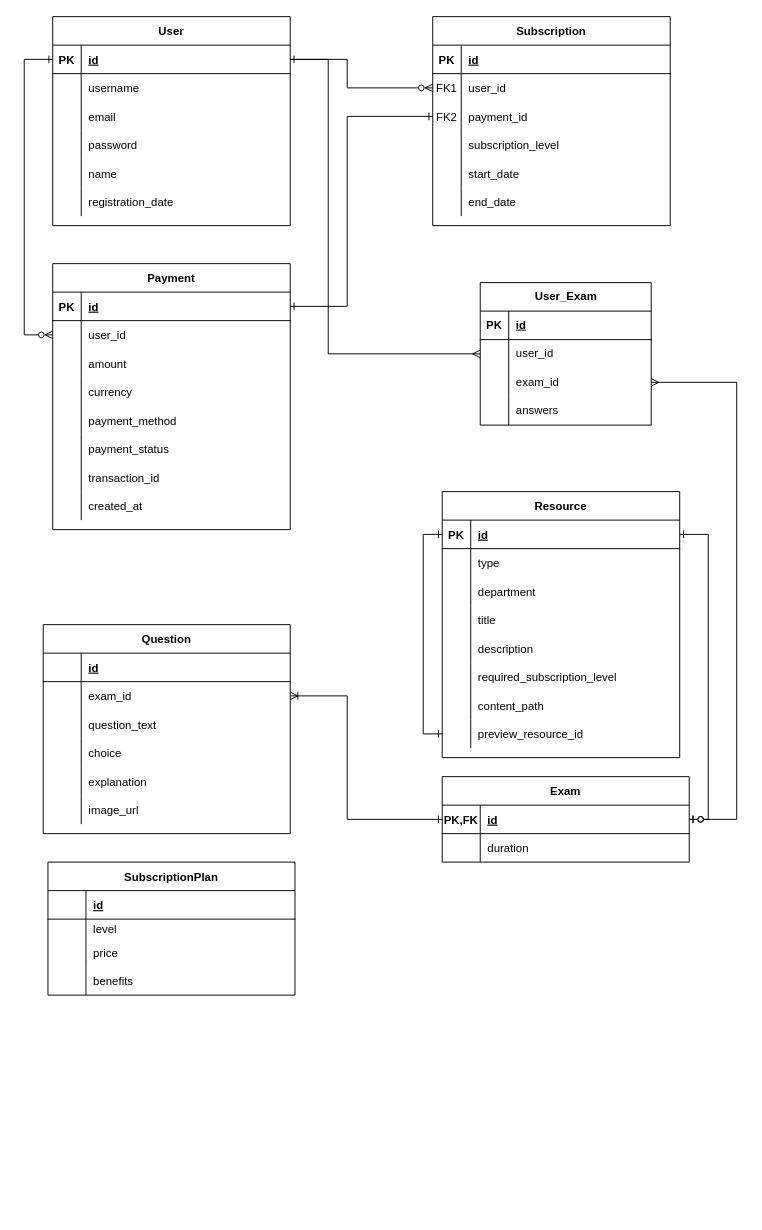
This is er_diagram.drawio from Habtamu-Dires/neus, a draw.io file, before an edit. Source tidied: cells renumbered, new cells numbered last; positions are measured from the earlier drawing's top-left corner, leaving out a move shared by most shapes. Both pictures are drawn from the tidied source at 95%, with x=0, y=0 at pixel (24, 16).
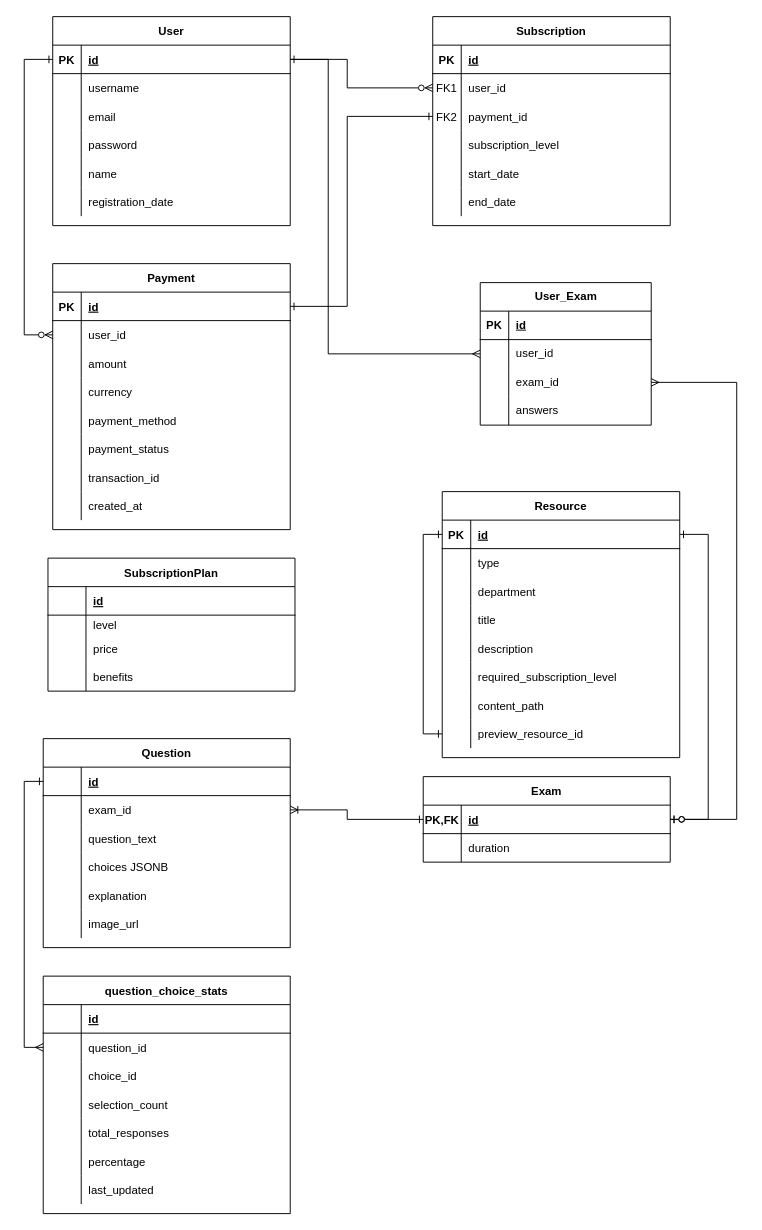
After the change.

Unchanged cells that the change refers to:
```xml
<mxCell id="23" style="shape=partialRectangle;fillColor=none;points=[[0,0.5],[1,0.5]];portConstraint=eastwest;top=0;left=0;right=0;bottom=1;" parent="22" vertex="1">
  <mxGeometry y="30" width="260" height="30" as="geometry" />
</mxCell>
<mxCell id="103" style="shape=partialRectangle;fillColor=none;points=[[0,0.5],[1,0.5]];portConstraint=eastwest;top=0;left=0;right=0;bottom=1;" parent="102" vertex="1">
  <mxGeometry y="30" width="260" height="30" as="geometry" />
</mxCell>
<mxCell id="106" style="shape=partialRectangle;fillColor=none;points=[[0,0.5],[1,0.5]];portConstraint=eastwest;top=0;left=0;right=0;bottom=0;" parent="102" vertex="1">
  <mxGeometry y="60" width="260" height="30" as="geometry" />
</mxCell>
<mxCell id="112" style="shape=partialRectangle;fillColor=none;top=0;left=0;right=0;bottom=0;" parent="102" vertex="1">
  <mxGeometry y="120" width="260" height="30" as="geometry" />
</mxCell>
```

The edit, as a diff of the source:
```diff
@@
     <mxCell id="22" value="Exam" style="shape=table;startSize=30;childLayout=tableLayout;rowLines=0;fontStyle=1;align=center;" parent="1" vertex="1">
-      <mxGeometry x="440" y="800" width="260" height="90" as="geometry" />
+      <mxGeometry x="420" y="800" width="260" height="90" as="geometry" />
     </mxCell>
@@
     <mxCell id="102" value="Question" style="shape=table;startSize=30;childLayout=tableLayout;rowLines=0;fontStyle=1;align=center;" parent="1" vertex="1">
-      <mxGeometry x="20" y="640" width="260" height="220" as="geometry" />
+      <mxGeometry x="20" y="760" width="260" height="220" as="geometry" />
     </mxCell>
@@
-    <mxCell id="114" value="choice" style="shape=partialRectangle;overflow=hidden;fillColor=none;top=0;left=0;bottom=0;right=0;align=left;spacingLeft=6;" parent="112" vertex="1">
+    <mxCell id="114" value="choices JSONB" style="shape=partialRectangle;overflow=hidden;fillColor=none;top=0;left=0;bottom=0;right=0;align=left;spacingLeft=6;" parent="112" vertex="1">
       <mxGeometry x="40" width="220" height="30" as="geometry" />
     </mxCell>
@@
     <mxCell id="121" style="edgeStyle=orthogonalEdgeStyle;rounded=0;jettySize=auto;html=1;exitX=1;exitY=0.5;exitDx=0;exitDy=0;entryX=0;entryY=0.5;entryDx=0;entryDy=0;endArrow=ERone;endFill=0;startArrow=ERoneToMany;startFill=0;" parent="1" edge="1" source="106" target="23">
       <mxGeometry relative="1" as="geometry">
         <Array as="points">
-          <mxPoint x="340" y="715" />
+          <mxPoint x="340" y="835" />
           <mxPoint x="340" y="845" />
         </Array>
       </mxGeometry>
     </mxCell>
     <mxCell id="122" value="SubscriptionPlan" style="shape=table;startSize=30;childLayout=tableLayout;rowLines=0;fontStyle=1;align=center;" parent="1" vertex="1">
-      <mxGeometry x="25" y="890" width="260" height="140" as="geometry" />
+      <mxGeometry x="25" y="570" width="260" height="140" as="geometry" />
     </mxCell>
@@
+    <mxCell id="150" value="question_choice_stats" style="shape=table;startSize=30;childLayout=tableLayout;rowLines=0;fontStyle=1;align=center;" parent="1" vertex="1">
+      <mxGeometry x="20" y="1010" width="260" height="250" as="geometry" />
+    </mxCell>
+    <mxCell id="151" style="shape=partialRectangle;fillColor=none;top=0;left=0;right=0;bottom=1;" parent="150" vertex="1">
+      <mxGeometry y="30" width="260" height="30" as="geometry" />
+    </mxCell>
+    <mxCell id="152" style="shape=partialRectangle;overflow=hidden;fillColor=none;top=0;left=0;bottom=0;right=0;fontStyle=1;" parent="151" vertex="1">
+      <mxGeometry width="40" height="30" as="geometry" />
+    </mxCell>
+    <mxCell id="153" value="id" style="shape=partialRectangle;overflow=hidden;fillColor=none;top=0;left=0;bottom=0;right=0;align=left;spacingLeft=6;fontStyle=5;" parent="151" vertex="1">
+      <mxGeometry x="40" width="220" height="30" as="geometry" />
+    </mxCell>
+    <mxCell id="154" style="shape=partialRectangle;fillColor=none;points=[[0,0.5],[1,0.5]];portConstraint=eastwest;top=0;left=0;right=0;bottom=0;" parent="150" vertex="1">
+      <mxGeometry y="60" width="260" height="30" as="geometry" />
+    </mxCell>
+    <mxCell id="155" style="shape=partialRectangle;overflow=hidden;fillColor=none;top=0;left=0;bottom=0;right=0;" parent="154" vertex="1">
+      <mxGeometry width="40" height="30" as="geometry" />
+    </mxCell>
+    <mxCell id="156" value="question_id" style="shape=partialRectangle;overflow=hidden;fillColor=none;top=0;left=0;bottom=0;right=0;align=left;spacingLeft=6;" parent="154" vertex="1">
+      <mxGeometry x="40" width="220" height="30" as="geometry" />
+    </mxCell>
+    <mxCell id="157" style="shape=partialRectangle;fillColor=none;top=0;left=0;right=0;bottom=0;" parent="150" vertex="1">
+      <mxGeometry y="90" width="260" height="30" as="geometry" />
+    </mxCell>
+    <mxCell id="158" style="shape=partialRectangle;overflow=hidden;fillColor=none;top=0;left=0;bottom=0;right=0;" parent="157" vertex="1">
+      <mxGeometry width="40" height="30" as="geometry" />
+    </mxCell>
+    <mxCell id="159" value="choice_id" style="shape=partialRectangle;overflow=hidden;fillColor=none;top=0;left=0;bottom=0;right=0;align=left;spacingLeft=6;" parent="157" vertex="1">
+      <mxGeometry x="40" width="220" height="30" as="geometry" />
+    </mxCell>
+    <mxCell id="160" style="shape=partialRectangle;fillColor=none;top=0;left=0;right=0;bottom=0;" parent="150" vertex="1">
+      <mxGeometry y="120" width="260" height="30" as="geometry" />
+    </mxCell>
+    <mxCell id="161" style="shape=partialRectangle;overflow=hidden;fillColor=none;top=0;left=0;bottom=0;right=0;" parent="160" vertex="1">
+      <mxGeometry width="40" height="30" as="geometry" />
+    </mxCell>
+    <mxCell id="162" value="selection_count" style="shape=partialRectangle;overflow=hidden;fillColor=none;top=0;left=0;bottom=0;right=0;align=left;spacingLeft=6;" parent="160" vertex="1">
+      <mxGeometry x="40" width="220" height="30" as="geometry" />
+    </mxCell>
+    <mxCell id="163" style="shape=partialRectangle;fillColor=none;top=0;left=0;right=0;bottom=0;" parent="150" vertex="1">
+      <mxGeometry y="150" width="260" height="30" as="geometry" />
+    </mxCell>
+    <mxCell id="164" style="shape=partialRectangle;overflow=hidden;fillColor=none;top=0;left=0;bottom=0;right=0;" parent="163" vertex="1">
+      <mxGeometry width="40" height="30" as="geometry" />
+    </mxCell>
+    <mxCell id="165" value="total_responses" style="shape=partialRectangle;overflow=hidden;fillColor=none;top=0;left=0;bottom=0;right=0;align=left;spacingLeft=6;" parent="163" vertex="1">
+      <mxGeometry x="40" width="220" height="30" as="geometry" />
+    </mxCell>
+    <mxCell id="166" style="shape=partialRectangle;fillColor=none;top=0;left=0;right=0;bottom=0;" parent="150" vertex="1">
+      <mxGeometry y="180" width="260" height="30" as="geometry" />
+    </mxCell>
+    <mxCell id="167" style="shape=partialRectangle;overflow=hidden;fillColor=none;top=0;left=0;bottom=0;right=0;" parent="166" vertex="1">
+      <mxGeometry width="40" height="30" as="geometry" />
+    </mxCell>
+    <mxCell id="168" value="percentage" style="shape=partialRectangle;overflow=hidden;fillColor=none;top=0;left=0;bottom=0;right=0;align=left;spacingLeft=6;" parent="166" vertex="1">
+      <mxGeometry x="40" width="220" height="30" as="geometry" />
+    </mxCell>
+    <mxCell id="169" style="shape=partialRectangle;fillColor=none;top=0;left=0;right=0;bottom=0;" parent="150" vertex="1">
+      <mxGeometry y="210" width="260" height="30" as="geometry" />
+    </mxCell>
+    <mxCell id="170" style="shape=partialRectangle;overflow=hidden;fillColor=none;top=0;left=0;bottom=0;right=0;" parent="169" vertex="1">
+      <mxGeometry width="40" height="30" as="geometry" />
+    </mxCell>
+    <mxCell id="171" value="last_updated" style="shape=partialRectangle;overflow=hidden;fillColor=none;top=0;left=0;bottom=0;right=0;align=left;spacingLeft=6;" parent="169" vertex="1">
+      <mxGeometry x="40" width="220" height="30" as="geometry" />
+    </mxCell>
+    <mxCell id="172" style="edgeStyle=orthogonalEdgeStyle;rounded=0;jettySize=auto;html=1;entryX=0;entryY=0.5;entryDx=0;entryDy=0;endArrow=ERmany;endFill=0;startArrow=ERone;startFill=0;" parent="1" edge="1" source="103" target="154">
+      <mxGeometry relative="1" as="geometry" />
+    </mxCell>
```
